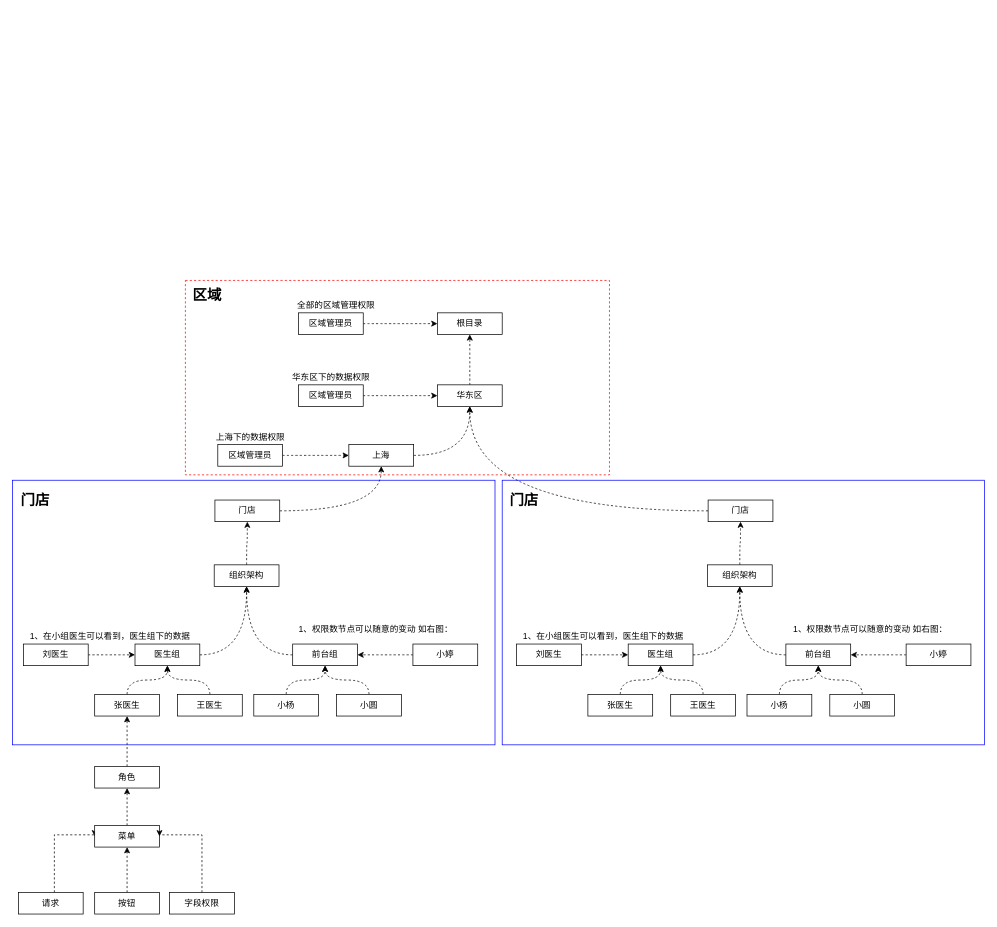
Earlier version of the draw.io diagram 牙管家/牙管家-完整sass权限.drawio (cherishsince/diagrams.net). Source tidied: cells renumbered, new cells numbered last; positions are measured from the earlier drawing's top-left corner, leaving out a move shared by most shapes. Both pictures are drawn from the tidied source at 72%, with x=0, y=0 at pixel (12, 280).
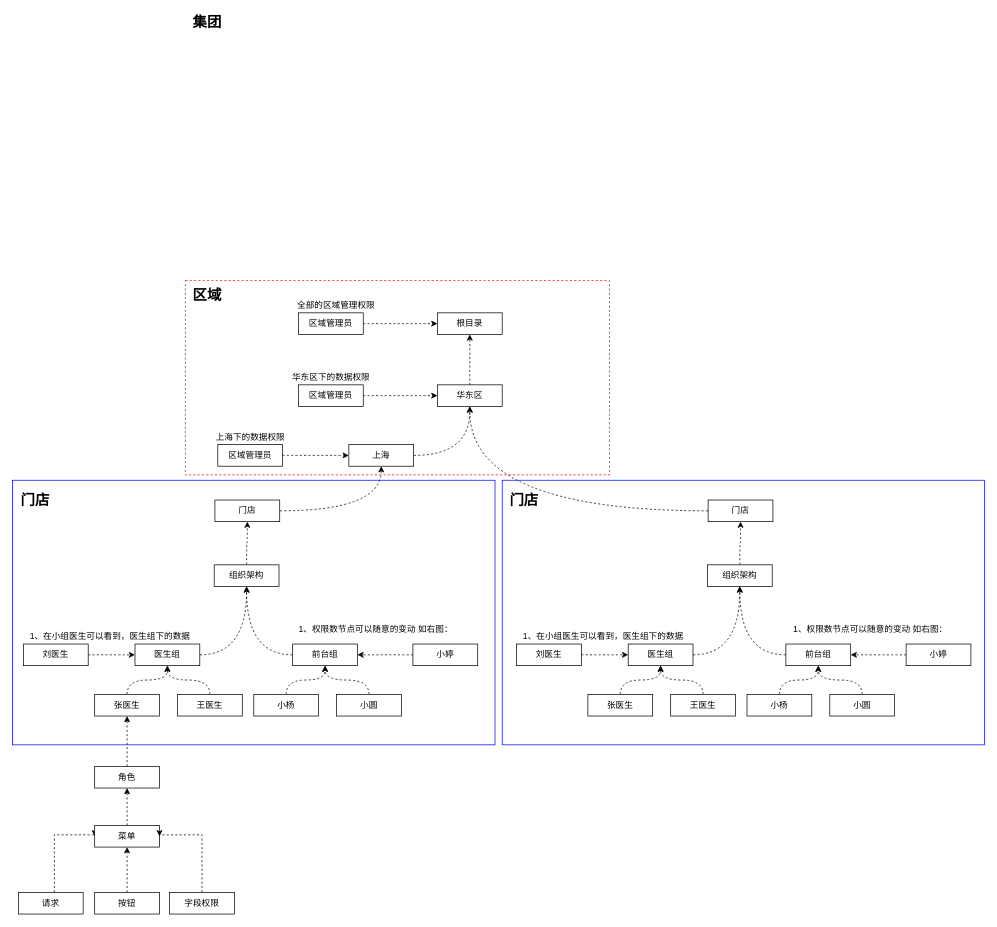
The same diagram, later.

Commit message (it also covers changes not shown here):
更新牙管家-完整sass权限.drawio

Change to the diagram source:
```diff
@@
+    <mxCell id="76" value="&lt;span style=&quot;font-size: 20px&quot;&gt;&lt;b&gt;集团&lt;/b&gt;&lt;/span&gt;" style="text;html=1;align=center;verticalAlign=middle;strokeColor=none;" parent="1" vertex="1">
+      <mxGeometry x="240" y="-370" width="60" height="20" as="geometry" />
+    </mxCell>
```
